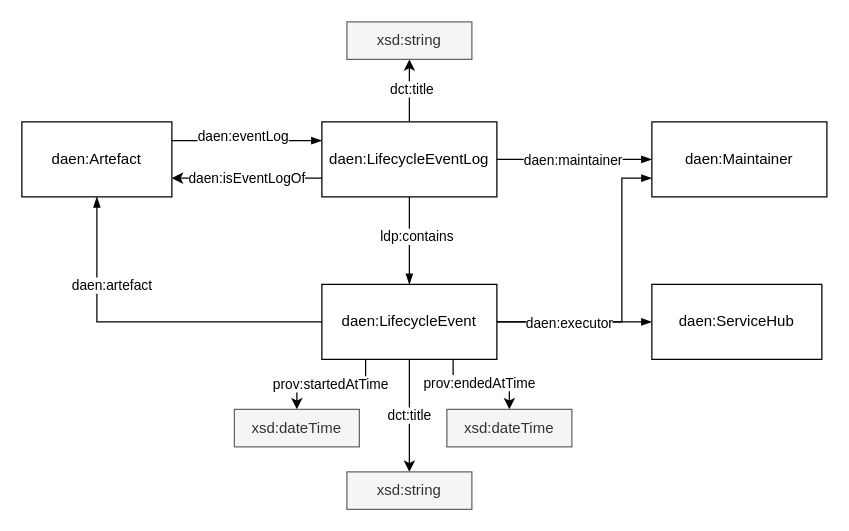
Earlier version of the draw.io diagram page "Page-2" (2 of 3) of diagrams/classes.drawio (MellonScholarlyCommunication/spec-eventlog). Source tidied: cells renumbered, new cells numbered last; positions are measured from the earlier drawing's top-left corner, leaving out a move shared by most shapes. Both pictures are drawn from the tidied source at 125%, with x=0, y=0 at pixel (21, 21).
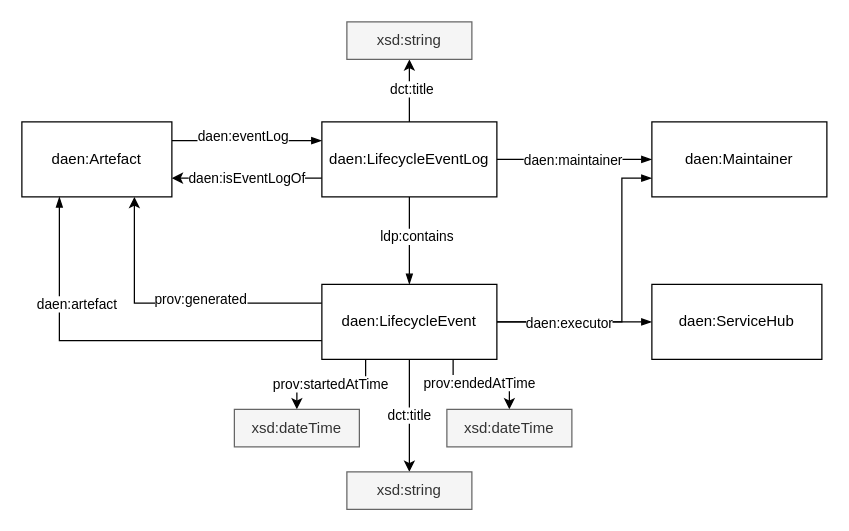
The same diagram, later.

Unchanged cells that the change refers to:
```xml
<mxCell id="9" value="daen:LifecycleEvent" style="rounded=0;whiteSpace=wrap;html=1;" parent="1" vertex="1">
  <mxGeometry x="240" y="210" width="140" height="60" as="geometry" />
</mxCell>
<mxCell id="13" value="daen:Artefact" style="rounded=0;whiteSpace=wrap;html=1;" parent="1" vertex="1">
  <mxGeometry y="80" width="120" height="60" as="geometry" />
</mxCell>
```

Change to the diagram source:
```diff
@@
+    <mxCell id="29" style="edgeStyle=orthogonalEdgeStyle;rounded=0;jumpStyle=arc;html=1;exitX=0;exitY=0.25;exitDx=0;exitDy=0;entryX=0.75;entryY=1;entryDx=0;entryDy=0;strokeColor=#000000;" parent="1" edge="1" source="9" target="13">
+      <mxGeometry relative="1" as="geometry" />
+    </mxCell>
+    <mxCell id="30" value="prov:generated" style="edgeLabel;html=1;align=center;verticalAlign=middle;" parent="29" vertex="1">
+      <mxGeometry x="-0.17" y="-4" relative="1" as="geometry" />
+    </mxCell>
@@
-    <mxCell id="14" style="edgeStyle=orthogonalEdgeStyle;rounded=0;jettySize=auto;html=1;exitX=0;exitY=0.5;exitDx=0;exitDy=0;entryX=0.5;entryY=1;entryDx=0;entryDy=0;endArrow=blockThin;endFill=1;jumpStyle=arc;" parent="1" edge="1" source="9" target="13">
+    <mxCell id="14" style="edgeStyle=orthogonalEdgeStyle;rounded=0;jettySize=auto;html=1;entryX=0.25;entryY=1;entryDx=0;entryDy=0;endArrow=blockThin;endFill=1;jumpStyle=arc;exitX=0;exitY=0.75;exitDx=0;exitDy=0;" parent="1" edge="1" source="9" target="13">
       <mxGeometry relative="1" as="geometry" />
     </mxCell>
```
